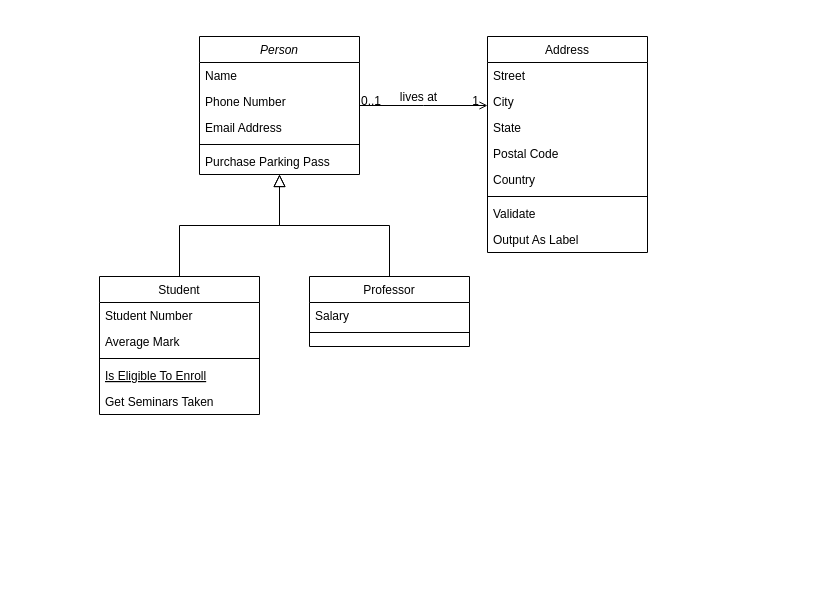
This is Untitled Diagram.drawio from yountuan/blog_api, a draw.io file, before an edit. Source tidied: cells renumbered, new cells numbered last; positions are measured from the earlier drawing's top-left corner, leaving out a move shared by most shapes. Both pictures are drawn from the tidied source at 100%, with x=0, y=0 at pixel (99, 36).
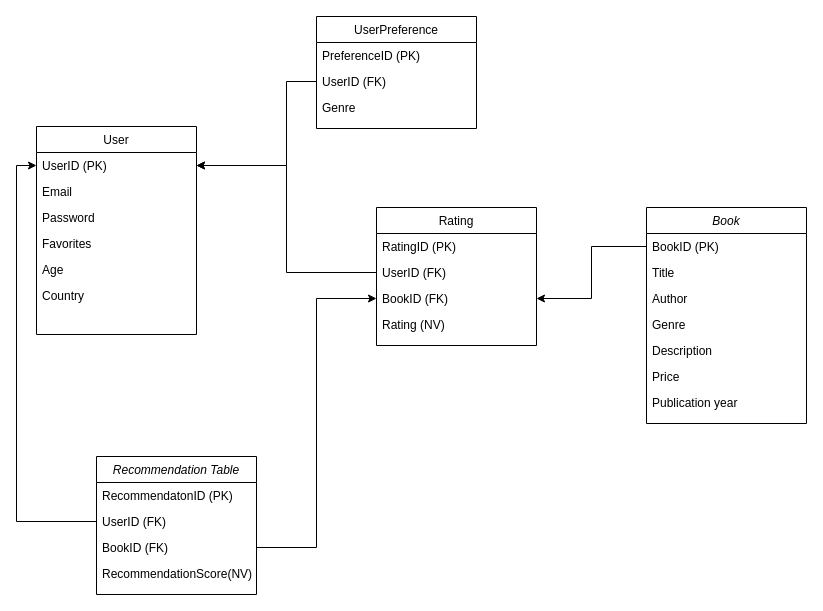
After the change.

Diff of the diagram source:
```diff
@@
-    <mxCell id="2" value="Person" style="swimlane;fontStyle=2;align=center;verticalAlign=top;horizontal=1;startSize=26;rounded=0;shadow=0;strokeWidth=1;" parent="1" vertex="1">
-      <mxGeometry x="100" width="160" height="138" as="geometry" />
+    <mxCell id="2" value="Book" style="swimlane;fontStyle=2;align=center;verticalAlign=top;horizontal=1;startSize=26;rounded=0;shadow=0;strokeWidth=1;" parent="1" vertex="1">
+      <mxGeometry x="547" y="171" width="160" height="216" as="geometry" />
     </mxCell>
-    <mxCell id="3" value="Name" style="text;align=left;verticalAlign=top;spacingLeft=4;spacingRight=4;overflow=hidden;points=[[0,0.5],[1,0.5]];portConstraint=eastwest;" parent="2" vertex="1">
+    <mxCell id="3" value="BookID (PK)" style="text;align=left;verticalAlign=top;spacingLeft=4;spacingRight=4;overflow=hidden;points=[[0,0.5],[1,0.5]];portConstraint=eastwest;" parent="2" vertex="1">
       <mxGeometry y="26" width="160" height="26" as="geometry" />
     </mxCell>
-    <mxCell id="4" value="Phone Number" style="text;align=left;verticalAlign=top;spacingLeft=4;spacingRight=4;overflow=hidden;rounded=0;shadow=0;html=0;" parent="2" vertex="1">
+    <mxCell id="4" value="Title" style="text;align=left;verticalAlign=top;spacingLeft=4;spacingRight=4;overflow=hidden;rounded=0;shadow=0;html=0;" parent="2" vertex="1">
       <mxGeometry y="52" width="160" height="26" as="geometry" />
     </mxCell>
-    <mxCell id="5" value="Email Address" style="text;align=left;verticalAlign=top;spacingLeft=4;spacingRight=4;overflow=hidden;rounded=0;shadow=0;html=0;" parent="2" vertex="1">
+    <mxCell id="5" value="Author" style="text;align=left;verticalAlign=top;spacingLeft=4;spacingRight=4;overflow=hidden;rounded=0;shadow=0;html=0;" parent="2" vertex="1">
       <mxGeometry y="78" width="160" height="26" as="geometry" />
     </mxCell>
-    <mxCell id="6" style="line;html=1;strokeWidth=1;align=left;verticalAlign=middle;spacingTop=-1;spacingLeft=3;spacingRight=3;labelPosition=right;" parent="2" vertex="1">
-      <mxGeometry y="104" width="160" height="8" as="geometry" />
-    </mxCell>
-    <mxCell id="7" value="Purchase Parking Pass" style="text;align=left;verticalAlign=top;spacingLeft=4;spacingRight=4;overflow=hidden;" parent="2" vertex="1">
-      <mxGeometry y="112" width="160" height="26" as="geometry" />
-    </mxCell>
+    <mxCell id="32" value="Genre" style="text;align=left;verticalAlign=top;spacingLeft=4;spacingRight=4;overflow=hidden;rounded=0;shadow=0;html=0;" parent="2" vertex="1">
+      <mxGeometry y="104" width="160" height="26" as="geometry" />
+    </mxCell>
+    <mxCell id="33" value="Description" style="text;align=left;verticalAlign=top;spacingLeft=4;spacingRight=4;overflow=hidden;rounded=0;shadow=0;html=0;" parent="2" vertex="1">
+      <mxGeometry y="130" width="160" height="26" as="geometry" />
+    </mxCell>
+    <mxCell id="34" value="Price" style="text;align=left;verticalAlign=top;spacingLeft=4;spacingRight=4;overflow=hidden;rounded=0;shadow=0;html=0;" parent="2" vertex="1">
+      <mxGeometry y="156" width="160" height="26" as="geometry" />
+    </mxCell>
+    <mxCell id="35" value="Publication year" style="text;align=left;verticalAlign=top;spacingLeft=4;spacingRight=4;overflow=hidden;rounded=0;shadow=0;html=0;" parent="2" vertex="1">
+      <mxGeometry y="182" width="160" height="26" as="geometry" />
+    </mxCell>
-    <mxCell id="8" value="Student" style="swimlane;fontStyle=0;align=center;verticalAlign=top;horizontal=1;startSize=26;rounded=0;shadow=0;strokeWidth=1;" parent="1" vertex="1">
-      <mxGeometry y="240" width="160" height="138" as="geometry" />
+    <mxCell id="8" value="UserPreference" style="swimlane;fontStyle=0;align=center;verticalAlign=top;horizontal=1;startSize=26;rounded=0;shadow=0;strokeWidth=1;" parent="1" vertex="1">
+      <mxGeometry x="217" y="-20" width="160" height="112" as="geometry" />
     </mxCell>
-    <mxCell id="9" value="Student Number" style="text;align=left;verticalAlign=top;spacingLeft=4;spacingRight=4;overflow=hidden;" parent="8" vertex="1">
+    <mxCell id="9" value="PreferenceID (PK)" style="text;align=left;verticalAlign=top;spacingLeft=4;spacingRight=4;overflow=hidden;" parent="8" vertex="1">
       <mxGeometry y="26" width="160" height="26" as="geometry" />
     </mxCell>
-    <mxCell id="10" value="Average Mark" style="text;align=left;verticalAlign=top;spacingLeft=4;spacingRight=4;overflow=hidden;points=[[0,0.5],[1,0.5]];portConstraint=eastwest;rounded=0;shadow=0;html=0;" parent="8" vertex="1">
+    <mxCell id="10" value="UserID (FK)" style="text;align=left;verticalAlign=top;spacingLeft=4;spacingRight=4;overflow=hidden;points=[[0,0.5],[1,0.5]];portConstraint=eastwest;rounded=0;shadow=0;html=0;" parent="8" vertex="1">
       <mxGeometry y="52" width="160" height="26" as="geometry" />
     </mxCell>
-    <mxCell id="11" style="line;html=1;strokeWidth=1;align=left;verticalAlign=middle;spacingTop=-1;spacingLeft=3;spacingRight=3;labelPosition=right;" parent="8" vertex="1">
-      <mxGeometry y="78" width="160" height="8" as="geometry" />
-    </mxCell>
-    <mxCell id="12" value="Is Eligible To Enroll" style="text;align=left;verticalAlign=top;spacingLeft=4;spacingRight=4;overflow=hidden;fontStyle=4;" parent="8" vertex="1">
-      <mxGeometry y="86" width="160" height="26" as="geometry" />
-    </mxCell>
-    <mxCell id="13" value="Get Seminars Taken" style="text;align=left;verticalAlign=top;spacingLeft=4;spacingRight=4;overflow=hidden;" parent="8" vertex="1">
-      <mxGeometry y="112" width="160" height="26" as="geometry" />
-    </mxCell>
-    <mxCell id="14" style="endArrow=block;endSize=10;endFill=0;shadow=0;strokeWidth=1;rounded=0;edgeStyle=elbowEdgeStyle;elbow=vertical;" parent="1" edge="1" source="8" target="2">
-      <mxGeometry relative="1" as="geometry" />
-    </mxCell>
+    <mxCell id="36" value="Genre" style="text;align=left;verticalAlign=top;spacingLeft=4;spacingRight=4;overflow=hidden;rounded=0;shadow=0;html=0;" parent="8" vertex="1">
+      <mxGeometry y="78" width="160" height="26" as="geometry" />
+    </mxCell>
-    <mxCell id="15" value="Professor" style="swimlane;fontStyle=0;align=center;verticalAlign=top;horizontal=1;startSize=26;rounded=0;shadow=0;strokeWidth=1;" parent="1" vertex="1">
-      <mxGeometry x="210" y="240" width="160" height="70" as="geometry" />
+    <mxCell id="15" value="Rating" style="swimlane;fontStyle=0;align=center;verticalAlign=top;horizontal=1;startSize=26;rounded=0;shadow=0;strokeWidth=1;" parent="1" vertex="1">
+      <mxGeometry x="277" y="171" width="160" height="138" as="geometry" />
     </mxCell>
-    <mxCell id="16" value="Salary" style="text;align=left;verticalAlign=top;spacingLeft=4;spacingRight=4;overflow=hidden;" parent="15" vertex="1">
+    <mxCell id="16" value="RatingID (PK)" style="text;align=left;verticalAlign=top;spacingLeft=4;spacingRight=4;overflow=hidden;" parent="15" vertex="1">
       <mxGeometry y="26" width="160" height="26" as="geometry" />
     </mxCell>
-    <mxCell id="17" style="line;html=1;strokeWidth=1;align=left;verticalAlign=middle;spacingTop=-1;spacingLeft=3;spacingRight=3;labelPosition=right;" parent="15" vertex="1">
-      <mxGeometry y="52" width="160" height="8" as="geometry" />
-    </mxCell>
-    <mxCell id="18" style="endArrow=block;endSize=10;endFill=0;shadow=0;strokeWidth=1;rounded=0;edgeStyle=elbowEdgeStyle;elbow=vertical;" parent="1" edge="1" source="15" target="2">
-      <mxGeometry relative="1" as="geometry" />
-    </mxCell>
+    <mxCell id="37" value="UserID (FK)" style="text;align=left;verticalAlign=top;spacingLeft=4;spacingRight=4;overflow=hidden;points=[[0,0.5],[1,0.5]];portConstraint=eastwest;" parent="15" vertex="1">
+      <mxGeometry y="52" width="160" height="26" as="geometry" />
+    </mxCell>
+    <mxCell id="38" value="BookID (FK)" style="text;align=left;verticalAlign=top;spacingLeft=4;spacingRight=4;overflow=hidden;points=[[0,0.5],[1,0.5]];portConstraint=eastwest;" parent="15" vertex="1">
+      <mxGeometry y="78" width="160" height="26" as="geometry" />
+    </mxCell>
+    <mxCell id="39" value="Rating (NV)" style="text;align=left;verticalAlign=top;spacingLeft=4;spacingRight=4;overflow=hidden;" parent="15" vertex="1">
+      <mxGeometry y="104" width="160" height="26" as="geometry" />
+    </mxCell>
-    <mxCell id="19" value="Address" style="swimlane;fontStyle=0;align=center;verticalAlign=top;horizontal=1;startSize=26;rounded=0;shadow=0;strokeWidth=1;" parent="1" vertex="1">
-      <mxGeometry x="388" width="160" height="216" as="geometry" />
+    <mxCell id="19" value="User" style="swimlane;fontStyle=0;align=center;verticalAlign=top;horizontal=1;startSize=26;rounded=0;shadow=0;strokeWidth=1;" parent="1" vertex="1">
+      <mxGeometry x="-63" y="90" width="160" height="208" as="geometry" />
     </mxCell>
-    <mxCell id="20" value="Street" style="text;align=left;verticalAlign=top;spacingLeft=4;spacingRight=4;overflow=hidden;points=[[0,0.5],[1,0.5]];portConstraint=eastwest;" parent="19" vertex="1">
+    <mxCell id="20" value="UserID (PK)" style="text;align=left;verticalAlign=top;spacingLeft=4;spacingRight=4;overflow=hidden;points=[[0,0.5],[1,0.5]];portConstraint=eastwest;" parent="19" vertex="1">
       <mxGeometry y="26" width="160" height="26" as="geometry" />
     </mxCell>
-    <mxCell id="21" value="City" style="text;align=left;verticalAlign=top;spacingLeft=4;spacingRight=4;overflow=hidden;rounded=0;shadow=0;html=0;" parent="19" vertex="1">
+    <mxCell id="21" value="Email" style="text;align=left;verticalAlign=top;spacingLeft=4;spacingRight=4;overflow=hidden;rounded=0;shadow=0;html=0;" parent="19" vertex="1">
       <mxGeometry y="52" width="160" height="26" as="geometry" />
     </mxCell>
-    <mxCell id="22" value="State" style="text;align=left;verticalAlign=top;spacingLeft=4;spacingRight=4;overflow=hidden;rounded=0;shadow=0;html=0;" parent="19" vertex="1">
+    <mxCell id="22" value="Password" style="text;align=left;verticalAlign=top;spacingLeft=4;spacingRight=4;overflow=hidden;rounded=0;shadow=0;html=0;" parent="19" vertex="1">
       <mxGeometry y="78" width="160" height="26" as="geometry" />
     </mxCell>
-    <mxCell id="23" value="Postal Code" style="text;align=left;verticalAlign=top;spacingLeft=4;spacingRight=4;overflow=hidden;rounded=0;shadow=0;html=0;" parent="19" vertex="1">
+    <mxCell id="23" value="Favorites" style="text;align=left;verticalAlign=top;spacingLeft=4;spacingRight=4;overflow=hidden;rounded=0;shadow=0;html=0;" parent="19" vertex="1">
       <mxGeometry y="104" width="160" height="26" as="geometry" />
     </mxCell>
+    <mxCell id="40" value="Age" style="text;align=left;verticalAlign=top;spacingLeft=4;spacingRight=4;overflow=hidden;rounded=0;shadow=0;html=0;" parent="19" vertex="1">
+      <mxGeometry y="130" width="160" height="26" as="geometry" />
+    </mxCell>
     <mxCell id="24" value="Country" style="text;align=left;verticalAlign=top;spacingLeft=4;spacingRight=4;overflow=hidden;rounded=0;shadow=0;html=0;" parent="19" vertex="1">
-      <mxGeometry y="130" width="160" height="26" as="geometry" />
+      <mxGeometry y="156" width="160" height="26" as="geometry" />
     </mxCell>
-    <mxCell id="25" style="line;html=1;strokeWidth=1;align=left;verticalAlign=middle;spacingTop=-1;spacingLeft=3;spacingRight=3;labelPosition=right;" parent="19" vertex="1">
-      <mxGeometry y="156" width="160" height="8" as="geometry" />
-    </mxCell>
-    <mxCell id="26" value="Validate" style="text;align=left;verticalAlign=top;spacingLeft=4;spacingRight=4;overflow=hidden;" parent="19" vertex="1">
-      <mxGeometry y="164" width="160" height="26" as="geometry" />
-    </mxCell>
-    <mxCell id="27" value="Output As Label" style="text;align=left;verticalAlign=top;spacingLeft=4;spacingRight=4;overflow=hidden;" parent="19" vertex="1">
-      <mxGeometry y="190" width="160" height="26" as="geometry" />
-    </mxCell>
-    <mxCell id="28" style="endArrow=open;shadow=0;strokeWidth=1;rounded=0;endFill=1;edgeStyle=elbowEdgeStyle;elbow=vertical;" parent="1" edge="1" source="2" target="19">
-      <mxGeometry x="0.5" y="41" relative="1" as="geometry">
-        <mxPoint x="-40" y="32" as="offset" />
-      </mxGeometry>
-    </mxCell>
-    <mxCell id="29" value="0..1" style="align=left;verticalAlign=bottom;labelBackgroundColor=none;fontSize=12;" parent="28" vertex="1">
-      <mxGeometry x="-1" relative="1" as="geometry">
-        <mxPoint y="4" as="offset" />
-      </mxGeometry>
-    </mxCell>
-    <mxCell id="30" value="1" style="align=right;verticalAlign=bottom;labelBackgroundColor=none;fontSize=12;" parent="28" vertex="1">
-      <mxGeometry x="1" relative="1" as="geometry">
-        <mxPoint x="-7" y="4" as="offset" />
-      </mxGeometry>
-    </mxCell>
-    <mxCell id="31" value="lives at" style="text;html=1;align=center;verticalAlign=middle;labelBackgroundColor=none;rounded=0;shadow=0;strokeWidth=1;fontSize=12;" parent="28" vertex="1">
-      <mxGeometry x="0.5" y="49" relative="1" as="geometry">
-        <mxPoint x="-38" y="40" as="offset" />
-      </mxGeometry>
-    </mxCell>
+    <mxCell id="41" value="Recommendation Table" style="swimlane;fontStyle=2;align=center;verticalAlign=top;horizontal=1;startSize=26;rounded=0;shadow=0;strokeWidth=1;" parent="1" vertex="1">
+      <mxGeometry x="-3" y="420" width="160" height="138" as="geometry" />
+    </mxCell>
+    <mxCell id="42" value="RecommendatonID (PK)" style="text;align=left;verticalAlign=top;spacingLeft=4;spacingRight=4;overflow=hidden;" parent="41" vertex="1">
+      <mxGeometry y="26" width="160" height="26" as="geometry" />
+    </mxCell>
+    <mxCell id="43" value="UserID (FK)" style="text;align=left;verticalAlign=top;spacingLeft=4;spacingRight=4;overflow=hidden;points=[[0,0.5],[1,0.5]];portConstraint=eastwest;rounded=0;shadow=0;html=0;" parent="41" vertex="1">
+      <mxGeometry y="52" width="160" height="26" as="geometry" />
+    </mxCell>
+    <mxCell id="44" value="BookID (FK)&#10;" style="text;align=left;verticalAlign=top;spacingLeft=4;spacingRight=4;overflow=hidden;points=[[0,0.5],[1,0.5]];portConstraint=eastwest;rounded=0;shadow=0;html=0;" parent="41" vertex="1">
+      <mxGeometry y="78" width="160" height="26" as="geometry" />
+    </mxCell>
+    <mxCell id="45" value="RecommendationScore(NV)" style="text;align=left;verticalAlign=top;spacingLeft=4;spacingRight=4;overflow=hidden;rounded=0;shadow=0;html=0;" parent="41" vertex="1">
+      <mxGeometry y="104" width="160" height="26" as="geometry" />
+    </mxCell>
+    <mxCell id="46" style="edgeStyle=orthogonalEdgeStyle;rounded=0;jettySize=auto;html=1;entryX=1;entryY=0.5;entryDx=0;entryDy=0;" parent="1" edge="1" source="37" target="20">
+      <mxGeometry relative="1" as="geometry" />
+    </mxCell>
+    <mxCell id="47" style="edgeStyle=orthogonalEdgeStyle;rounded=0;jettySize=auto;html=1;exitX=0;exitY=0.5;exitDx=0;exitDy=0;" parent="1" edge="1" source="3" target="38">
+      <mxGeometry relative="1" as="geometry" />
+    </mxCell>
+    <mxCell id="48" style="edgeStyle=orthogonalEdgeStyle;rounded=0;jettySize=auto;html=1;exitX=1;exitY=0.5;exitDx=0;exitDy=0;entryX=0;entryY=0.5;entryDx=0;entryDy=0;" parent="1" edge="1" source="44" target="38">
+      <mxGeometry relative="1" as="geometry" />
+    </mxCell>
+    <mxCell id="49" style="edgeStyle=orthogonalEdgeStyle;rounded=0;jettySize=auto;html=1;entryX=0;entryY=0.5;entryDx=0;entryDy=0;" parent="1" edge="1" source="43" target="20">
+      <mxGeometry relative="1" as="geometry" />
+    </mxCell>
+    <mxCell id="50" style="edgeStyle=orthogonalEdgeStyle;rounded=0;jettySize=auto;html=1;entryX=1;entryY=0.5;entryDx=0;entryDy=0;" parent="1" edge="1" source="10" target="20">
+      <mxGeometry relative="1" as="geometry">
+        <Array as="points">
+          <mxPoint x="187" y="45" />
+          <mxPoint x="187" y="129" />
+        </Array>
+      </mxGeometry>
+    </mxCell>
```
